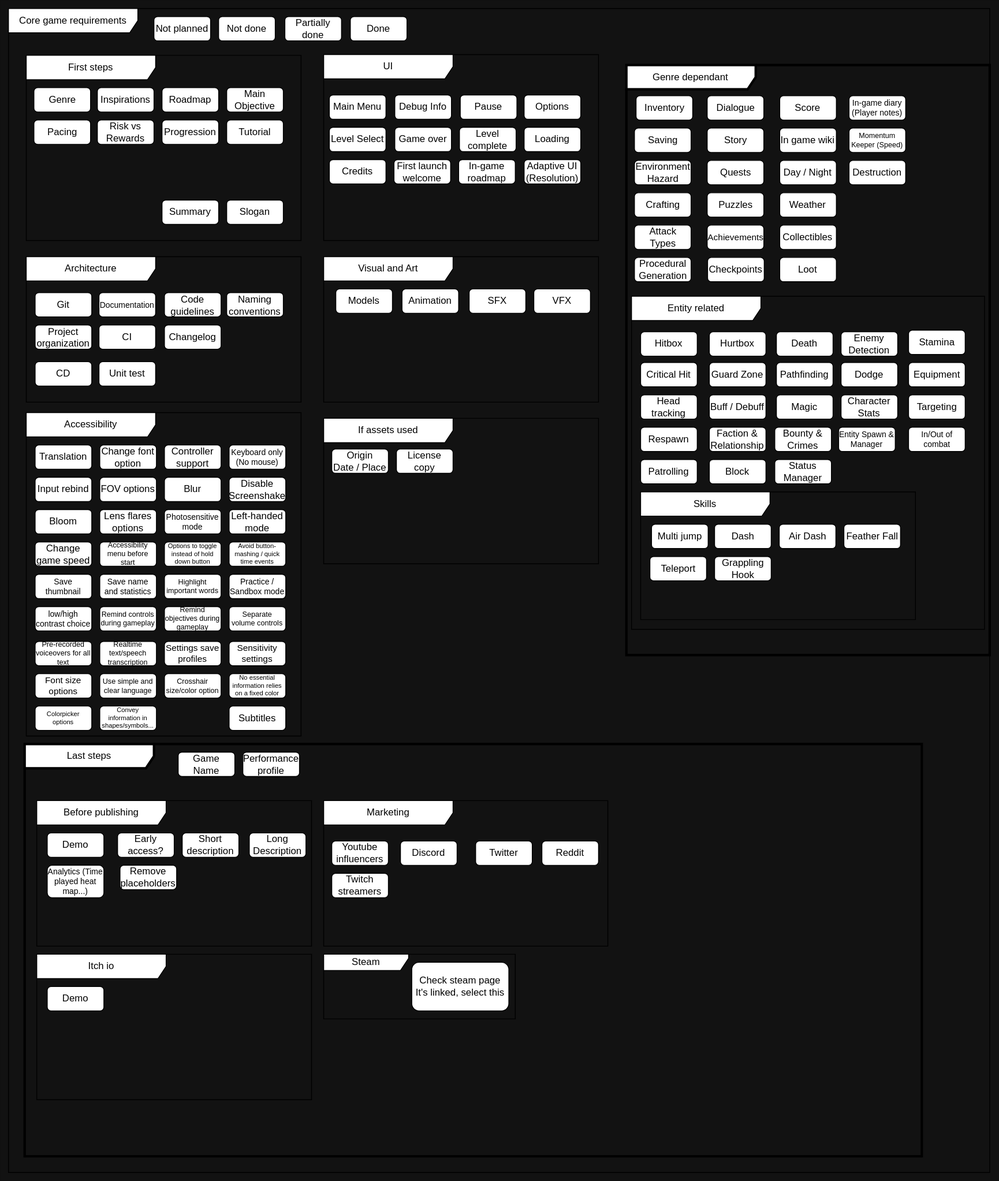
This is site/diagrams/features.drawio.svg from Leonardo-Ma/Untitled-Platformer, a draw.io export, as it was before one commit. Source tidied: cells renumbered, new cells last; positions are measured from the earlier drawing's top-left corner, leaving out a move shared by most shapes.
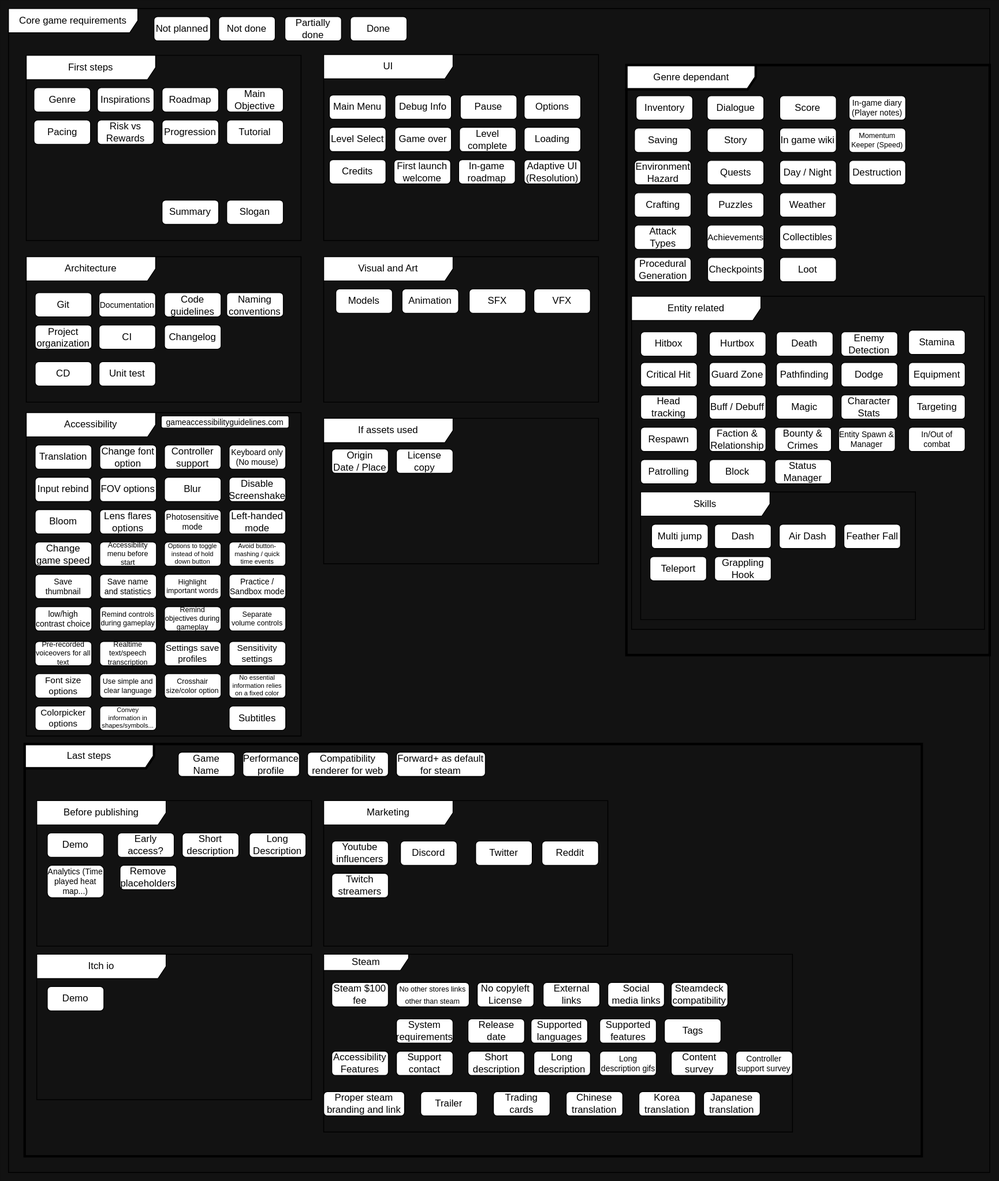
After the change.

Commit message:
Chore: Add missing diagrams

The edit, as a diff of the source:
```diff
@@ -305,12 +305,15 @@
     <mxCell id="102" value="No essential information relies on a fixed color" style="whiteSpace=wrap;html=1;strokeColor=default;align=center;verticalAlign=middle;fontFamily=Helvetica;fontSize=8;fontColor=default;fillColor=default;rounded=1;fontStyle=0;" parent="69" vertex="1">
       <mxGeometry x="251" y="323" width="70" height="30" as="geometry" />
     </mxCell>
-    <mxCell id="103" value="Colorpicker options" style="whiteSpace=wrap;html=1;strokeColor=default;align=center;verticalAlign=middle;fontFamily=Helvetica;fontSize=8;fontColor=default;fillColor=default;rounded=1;fontStyle=0;" parent="69" vertex="1">
+    <mxCell id="103" value="Colorpicker options" style="whiteSpace=wrap;html=1;strokeColor=default;align=center;verticalAlign=middle;fontFamily=Helvetica;fontSize=11;fontColor=default;fillColor=default;rounded=1;fontStyle=0;" parent="69" vertex="1">
       <mxGeometry x="11" y="363" width="70" height="30" as="geometry" />
     </mxCell>
     <mxCell id="104" value="Convey information in shapes/symbols..." style="whiteSpace=wrap;html=1;strokeColor=default;align=center;verticalAlign=middle;fontFamily=Helvetica;fontSize=8;fontColor=default;fillColor=default;rounded=1;fontStyle=0;" parent="69" vertex="1">
       <mxGeometry x="91" y="363" width="70" height="30" as="geometry" />
     </mxCell>
+    <mxCell id="159" value="gameaccessibilityguidelines.com" style="whiteSpace=wrap;html=1;align=center;verticalAlign=middle;fontFamily=Helvetica;fontSize=10;rounded=1;strokeColor=default;fontColor=default;fontStyle=0;fillColor=default;" parent="69" vertex="1">
+      <mxGeometry x="167" y="4" width="158" height="15" as="geometry" />
+    </mxCell>
     <mxCell id="105" value="Architecture" style="shape=umlFrame;whiteSpace=wrap;html=1;width=160;fillColor=light-dark(#FFFFFF,#333300);" parent="2" vertex="1">
       <mxGeometry x="22" y="307" width="340" height="180" as="geometry" />
     </mxCell>
@@ -384,12 +387,81 @@
       <mxGeometry x="10" y="90" width="70" height="30" as="geometry" />
     </mxCell>
     <mxCell id="129" value="Steam" style="shape=umlFrame;whiteSpace=wrap;html=1;width=105;rounded=1;align=center;verticalAlign=middle;fontFamily=Helvetica;fontSize=12;height=20;" parent="115" vertex="1">
-      <mxGeometry x="370" y="260" width="237" height="80" as="geometry" />
+      <mxGeometry x="370" y="260" width="580" height="220" as="geometry" />
     </mxCell>
-    <mxCell id="130" value="Check steam page&lt;div&gt;It's linked, select this&lt;/div&gt;" style="rounded=1;whiteSpace=wrap;html=1;align=center;verticalAlign=middle;fontFamily=Helvetica;fontSize=12;" parent="129" vertex="1">
-      <mxGeometry x="109" y="10" width="120" height="60" as="geometry" />
-    </mxCell>
+    <mxCell id="160" value="&lt;font style=&quot;font-size: 9px;&quot;&gt;No other stores links other than steam&lt;/font&gt;" style="whiteSpace=wrap;html=1;strokeColor=default;align=center;verticalAlign=middle;fontFamily=Helvetica;fontSize=12;fontColor=default;fillColor=light-dark(#FFFFFF,#003300);rounded=1;fontStyle=0;" parent="129" vertex="1">
+      <mxGeometry x="90" y="35" width="90" height="30" as="geometry" />
+    </mxCell>
+    <mxCell id="161" value="No copyleft License" style="whiteSpace=wrap;html=1;strokeColor=default;align=center;verticalAlign=middle;fontFamily=Helvetica;fontSize=12;fontColor=default;fillColor=light-dark(#FFFFFF,#003300);rounded=1;" parent="129" vertex="1">
+      <mxGeometry x="190" y="35" width="70" height="30" as="geometry" />
+    </mxCell>
+    <mxCell id="162" value="Proper steam branding and link" style="whiteSpace=wrap;html=1;strokeColor=default;align=center;verticalAlign=middle;fontFamily=Helvetica;fontSize=12;fontColor=default;fillColor=light-dark(#FFFFFF,#330000);rounded=1;" parent="129" vertex="1">
+      <mxGeometry y="170" width="100" height="30" as="geometry" />
+    </mxCell>
+    <mxCell id="163" value="Steam $100 fee" style="whiteSpace=wrap;html=1;strokeColor=default;align=center;verticalAlign=middle;fontFamily=Helvetica;fontSize=12;fontColor=default;fillColor=light-dark(#FFFFFF,#330000);rounded=1;" parent="129" vertex="1">
+      <mxGeometry x="10" y="35" width="70" height="30" as="geometry" />
+    </mxCell>
+    <mxCell id="164" value="Trailer" style="whiteSpace=wrap;html=1;strokeColor=default;align=center;verticalAlign=middle;fontFamily=Helvetica;fontSize=12;fontColor=default;fillColor=light-dark(#FFFFFF,#330000);rounded=1;" parent="129" vertex="1">
+      <mxGeometry x="120" y="170" width="70" height="30" as="geometry" />
+    </mxCell>
+    <mxCell id="165" value="Accessibility Features" style="whiteSpace=wrap;html=1;strokeColor=default;align=center;verticalAlign=middle;fontFamily=Helvetica;fontSize=12;fontColor=default;fillColor=light-dark(#FFFFFF,#330000);rounded=1;" parent="129" vertex="1">
+      <mxGeometry x="10" y="120" width="70" height="30" as="geometry" />
+    </mxCell>
+    <mxCell id="166" value="Trading cards" style="whiteSpace=wrap;html=1;strokeColor=default;align=center;verticalAlign=middle;fontFamily=Helvetica;fontSize=12;fontColor=default;fillColor=light-dark(#FFFFFF,#330000);rounded=1;" parent="129" vertex="1">
+      <mxGeometry x="210" y="170" width="70" height="30" as="geometry" />
+    </mxCell>
+    <mxCell id="167" value="External links" style="whiteSpace=wrap;html=1;strokeColor=default;align=center;verticalAlign=middle;fontFamily=Helvetica;fontSize=12;fontColor=default;fillColor=light-dark(#FFFFFF,#330000);rounded=1;" parent="129" vertex="1">
+      <mxGeometry x="271.5" y="35" width="70" height="30" as="geometry" />
+    </mxCell>
+    <mxCell id="168" value="Social media links" style="whiteSpace=wrap;html=1;strokeColor=default;align=center;verticalAlign=middle;fontFamily=Helvetica;fontSize=12;fontColor=default;fillColor=light-dark(#FFFFFF,#330000);rounded=1;" parent="129" vertex="1">
+      <mxGeometry x="351.5" y="35" width="70" height="30" as="geometry" />
+    </mxCell>
+    <mxCell id="169" value="Steamdeck compatibility" style="whiteSpace=wrap;html=1;strokeColor=default;align=center;verticalAlign=middle;fontFamily=Helvetica;fontSize=12;fontColor=default;fillColor=light-dark(#FFFFFF,#330000);noLabel=0;rounded=1;" parent="129" vertex="1">
+      <mxGeometry x="430" y="35" width="70" height="30" as="geometry" />
+    </mxCell>
+    <mxCell id="170" value="System requirements" style="whiteSpace=wrap;html=1;strokeColor=default;align=center;verticalAlign=middle;fontFamily=Helvetica;fontSize=12;fontColor=default;fillColor=light-dark(#FFFFFF,#330000);noLabel=0;rounded=1;" parent="129" vertex="1">
+      <mxGeometry x="90" y="80" width="70" height="30" as="geometry" />
+    </mxCell>
+    <mxCell id="171" value="Release date" style="whiteSpace=wrap;html=1;strokeColor=default;align=center;verticalAlign=middle;fontFamily=Helvetica;fontSize=12;fontColor=default;fillColor=light-dark(#FFFFFF,#003300);rounded=1;" parent="129" vertex="1">
+      <mxGeometry x="178.5" y="80" width="70" height="30" as="geometry" />
+    </mxCell>
+    <mxCell id="172" value="Supported languages" style="whiteSpace=wrap;html=1;strokeColor=default;align=center;verticalAlign=middle;fontFamily=Helvetica;fontSize=12;fontColor=default;fillColor=light-dark(#FFFFFF,#333300);rounded=1;" parent="129" vertex="1">
+      <mxGeometry x="256.5" y="80" width="70" height="30" as="geometry" />
+    </mxCell>
+    <mxCell id="173" value="Supported features" style="whiteSpace=wrap;html=1;strokeColor=default;align=center;verticalAlign=middle;fontFamily=Helvetica;fontSize=12;fontColor=default;fillColor=light-dark(#FFFFFF,#333300);rounded=1;" parent="129" vertex="1">
+      <mxGeometry x="341.5" y="80" width="70" height="30" as="geometry" />
+    </mxCell>
+    <mxCell id="174" value="Tags" style="whiteSpace=wrap;html=1;strokeColor=default;align=center;verticalAlign=middle;fontFamily=Helvetica;fontSize=12;fontColor=default;fillColor=light-dark(#FFFFFF,#003300);rounded=1;" parent="129" vertex="1">
+      <mxGeometry x="421.5" y="80" width="70" height="30" as="geometry" />
+    </mxCell>
+    <mxCell id="175" value="Support contact" style="whiteSpace=wrap;html=1;strokeColor=default;align=center;verticalAlign=middle;fontFamily=Helvetica;fontSize=12;fontColor=default;fillColor=light-dark(#FFFFFF,#330000);rounded=1;" parent="129" vertex="1">
+      <mxGeometry x="90" y="120" width="70" height="30" as="geometry" />
+    </mxCell>
+    <mxCell id="176" value="Short description" style="whiteSpace=wrap;html=1;strokeColor=default;align=center;verticalAlign=middle;fontFamily=Helvetica;fontSize=12;fontColor=default;fillColor=light-dark(#FFFFFF,#333300);rounded=1;" parent="129" vertex="1">
+      <mxGeometry x="178.5" y="120" width="70" height="30" as="geometry" />
+    </mxCell>
+    <mxCell id="177" value="Long description" style="whiteSpace=wrap;html=1;strokeColor=default;align=center;verticalAlign=middle;fontFamily=Helvetica;fontSize=12;fontColor=default;fillColor=light-dark(#FFFFFF,#330000);noLabel=0;rounded=1;" parent="129" vertex="1">
+      <mxGeometry x="260" y="120" width="70" height="30" as="geometry" />
+    </mxCell>
+    <mxCell id="178" value="Content survey" style="whiteSpace=wrap;html=1;strokeColor=default;align=center;verticalAlign=middle;fontFamily=Helvetica;fontSize=12;fontColor=default;fillColor=light-dark(#FFFFFF,#003300);rounded=1;" parent="129" vertex="1">
+      <mxGeometry x="430" y="120" width="70" height="30" as="geometry" />
+    </mxCell>
+    <mxCell id="179" value="Chinese translation" style="whiteSpace=wrap;html=1;strokeColor=default;align=center;verticalAlign=middle;fontFamily=Helvetica;fontSize=12;fontColor=default;fillColor=light-dark(#FFFFFF,#330000);rounded=1;" parent="129" vertex="1">
+      <mxGeometry x="300" y="170" width="70" height="30" as="geometry" />
+    </mxCell>
+    <mxCell id="180" value="Korea translation" style="whiteSpace=wrap;html=1;strokeColor=default;align=center;verticalAlign=middle;fontFamily=Helvetica;fontSize=12;fontColor=default;fillColor=light-dark(#FFFFFF,#330000);rounded=1;" parent="129" vertex="1">
+      <mxGeometry x="390" y="170" width="70" height="30" as="geometry" />
+    </mxCell>
+    <mxCell id="181" value="Japanese translation" style="whiteSpace=wrap;html=1;strokeColor=default;align=center;verticalAlign=middle;fontFamily=Helvetica;fontSize=12;fontColor=default;fillColor=light-dark(#FFFFFF,#330000);rounded=1;" parent="129" vertex="1">
+      <mxGeometry x="470" y="170" width="70" height="30" as="geometry" />
+    </mxCell>
+    <mxCell id="182" value="Long description gifs" style="whiteSpace=wrap;html=1;strokeColor=default;align=center;verticalAlign=middle;fontFamily=Helvetica;fontSize=10;fontColor=default;fillColor=light-dark(#FFFFFF,#330000);noLabel=0;rounded=1;" parent="129" vertex="1">
+      <mxGeometry x="341.5" y="120" width="70" height="30" as="geometry" />
+    </mxCell>
+    <mxCell id="183" value="Controller support survey" style="whiteSpace=wrap;html=1;strokeColor=default;align=center;verticalAlign=middle;fontFamily=Helvetica;fontSize=10;fontColor=default;fillColor=light-dark(#FFFFFF,#003300);rounded=1;" parent="129" vertex="1">
+      <mxGeometry x="510" y="120" width="70" height="30" as="geometry" />
+    </mxCell>
-    <mxCell id="131" value="Game Name" style="whiteSpace=wrap;html=1;strokeColor=default;align=center;verticalAlign=middle;fontFamily=Helvetica;fontSize=12;fontColor=default;fillColor=light-dark(#FFFFFF,#330000);rounded=1;" parent="115" vertex="1">
+    <mxCell id="131" value="Game Name" style="whiteSpace=wrap;html=1;strokeColor=default;align=center;verticalAlign=middle;fontFamily=Helvetica;fontSize=12;fontColor=default;fillColor=light-dark(#FFFFFF,#003300);rounded=1;" parent="115" vertex="1">
       <mxGeometry x="190" y="10" width="70" height="30" as="geometry" />
     </mxCell>
     <mxCell id="132" value="Performance profile" style="whiteSpace=wrap;html=1;strokeColor=default;align=center;verticalAlign=middle;fontFamily=Helvetica;fontSize=12;fontColor=default;fillColor=light-dark(#FFFFFF,#330000);rounded=1;" parent="115" vertex="1">
@@ -401,6 +473,12 @@
     <mxCell id="134" value="Demo" style="whiteSpace=wrap;html=1;strokeColor=default;align=center;verticalAlign=middle;fontFamily=Helvetica;fontSize=12;fontColor=default;fillColor=light-dark(#FFFFFF,#330000);rounded=1;" parent="133" vertex="1">
       <mxGeometry x="13" y="40" width="70" height="30" as="geometry" />
     </mxCell>
+    <mxCell id="184" value="Compatibility renderer for web" style="whiteSpace=wrap;html=1;strokeColor=default;align=center;verticalAlign=middle;fontFamily=Helvetica;fontSize=12;fontColor=default;fillColor=light-dark(#FFFFFF,#330000);rounded=1;" parent="115" vertex="1">
+      <mxGeometry x="350" y="10" width="100" height="30" as="geometry" />
+    </mxCell>
+    <mxCell id="185" value="Forward+ as default for steam" style="whiteSpace=wrap;html=1;strokeColor=default;align=center;verticalAlign=middle;fontFamily=Helvetica;fontSize=12;fontColor=default;fillColor=light-dark(#FFFFFF,#330000);rounded=1;" parent="115" vertex="1">
+      <mxGeometry x="460" y="10" width="110" height="30" as="geometry" />
+    </mxCell>
     <mxCell id="135" value="First steps" style="shape=umlFrame;whiteSpace=wrap;html=1;width=160;fillColor=light-dark(#FFFFFF,#333300);" parent="2" vertex="1">
       <mxGeometry x="22" y="58" width="340" height="229" as="geometry" />
     </mxCell>
```
